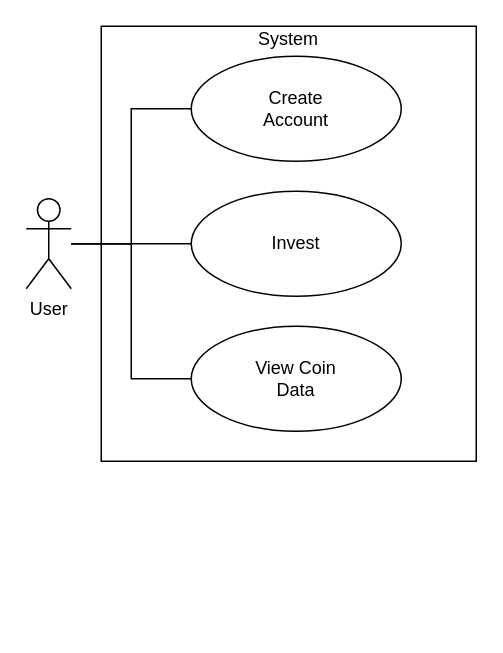
This is docs/UML/UML-UseCase.drawio from Lucas-Klein1/CryptoBroker, a draw.io file, before an edit. Source tidied: cells renumbered, new cells numbered last; positions are measured from the earlier drawing's top-left corner, leaving out a move shared by most shapes. Both pictures are drawn from the tidied source at 150%, with x=0, y=0 at pixel (26, 26).
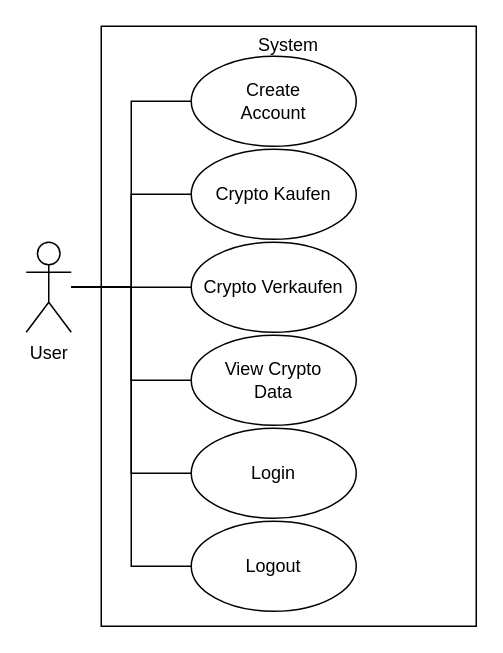
After the change.

Commit message (it also covers changes not shown here):
SRS update, UML UseCase update

What changed in the source:
```diff
@@
 <mxGraphModel>
   <root>
     <mxCell id="0" />
     <mxCell id="1" parent="0" />
-    <mxCell id="2" value="&lt;div style=&quot;&quot;&gt;&lt;span style=&quot;background-color: transparent; color: light-dark(rgb(0, 0, 0), rgb(255, 255, 255));&quot;&gt;System&lt;/span&gt;&lt;/div&gt;&lt;div style=&quot;&quot;&gt;&lt;br&gt;&lt;/div&gt;&lt;br&gt;&lt;br&gt;&lt;br&gt;&lt;br&gt;&lt;br&gt;&lt;br&gt;&lt;br&gt;&lt;br&gt;&lt;br&gt;&lt;br&gt;&lt;br&gt;&lt;br&gt;&lt;br&gt;&lt;br&gt;&lt;br&gt;&lt;br&gt;&lt;br&gt;&lt;div style=&quot;&quot;&gt;&lt;br&gt;&lt;/div&gt;" style="rounded=0;whiteSpace=wrap;html=1;align=center;" parent="1" vertex="1">
-      <mxGeometry x="50" width="250" height="290" as="geometry" />
+    <mxCell id="2" value="&lt;div style=&quot;&quot;&gt;&lt;span style=&quot;background-color: transparent; color: light-dark(rgb(0, 0, 0), rgb(255, 255, 255));&quot;&gt;System&lt;/span&gt;&lt;/div&gt;&lt;div style=&quot;&quot;&gt;&lt;br&gt;&lt;br&gt;&lt;br&gt;&lt;br&gt;&lt;br&gt;&lt;br&gt;&lt;br&gt;&lt;br&gt;&lt;/div&gt;&lt;br&gt;&lt;br&gt;&lt;br&gt;&lt;br&gt;&lt;br&gt;&lt;br&gt;&lt;br&gt;&lt;br&gt;&lt;br&gt;&lt;br&gt;&lt;br&gt;&lt;br&gt;&lt;br&gt;&lt;br&gt;&lt;br&gt;&lt;br&gt;&lt;br&gt;&lt;div style=&quot;&quot;&gt;&lt;br&gt;&lt;/div&gt;" style="rounded=0;whiteSpace=wrap;html=1;align=center;" parent="1" vertex="1">
+      <mxGeometry x="50" width="250" height="400" as="geometry" />
     </mxCell>
     <mxCell id="3" style="edgeStyle=orthogonalEdgeStyle;rounded=0;jettySize=auto;html=1;entryX=0;entryY=0.5;entryDx=0;entryDy=0;shape=wire;dashed=1;endArrow=none;endFill=0;" parent="1" edge="1" source="6" target="9">
       <mxGeometry relative="1" as="geometry" />
     </mxCell>
     <mxCell id="4" style="edgeStyle=orthogonalEdgeStyle;rounded=0;jettySize=auto;html=1;entryX=0;entryY=0.5;entryDx=0;entryDy=0;endArrow=none;endFill=0;" parent="1" edge="1" source="6" target="7">
       <mxGeometry relative="1" as="geometry" />
     </mxCell>
     <mxCell id="5" style="edgeStyle=orthogonalEdgeStyle;rounded=0;jettySize=auto;html=1;entryX=0;entryY=0.5;entryDx=0;entryDy=0;endArrow=none;endFill=0;" parent="1" edge="1" source="6" target="8">
       <mxGeometry relative="1" as="geometry" />
     </mxCell>
+    <mxCell id="10" style="edgeStyle=orthogonalEdgeStyle;rounded=0;jettySize=auto;html=1;entryX=0;entryY=0.5;entryDx=0;entryDy=0;endArrow=none;endFill=0;" parent="1" edge="1" source="6" target="13">
+      <mxGeometry relative="1" as="geometry" />
+    </mxCell>
+    <mxCell id="11" style="edgeStyle=orthogonalEdgeStyle;rounded=0;jettySize=auto;html=1;entryX=0;entryY=0.5;entryDx=0;entryDy=0;endArrow=none;endFill=0;" parent="1" edge="1" source="6" target="14">
+      <mxGeometry relative="1" as="geometry" />
+    </mxCell>
+    <mxCell id="12" style="edgeStyle=orthogonalEdgeStyle;rounded=0;jettySize=auto;html=1;entryX=0;entryY=0.5;entryDx=0;entryDy=0;endArrow=none;endFill=0;" parent="1" edge="1" source="6" target="15">
+      <mxGeometry relative="1" as="geometry" />
+    </mxCell>
     <mxCell id="6" value="User" style="shape=umlActor;verticalLabelPosition=bottom;verticalAlign=top;html=1;" parent="1" vertex="1">
-      <mxGeometry y="115" width="30" height="60" as="geometry" />
+      <mxGeometry y="144" width="30" height="60" as="geometry" />
     </mxCell>
-    <mxCell id="7" value="Invest" style="ellipse;whiteSpace=wrap;html=1;" parent="1" vertex="1">
-      <mxGeometry x="110" y="110" width="140" height="70" as="geometry" />
+    <mxCell id="7" value="Crypto Kaufen" style="ellipse;whiteSpace=wrap;html=1;" parent="1" vertex="1">
+      <mxGeometry x="110" y="82" width="110" height="60" as="geometry" />
     </mxCell>
-    <mxCell id="8" value="View Coin&lt;div&gt;Data&lt;/div&gt;" style="ellipse;whiteSpace=wrap;html=1;" parent="1" vertex="1">
-      <mxGeometry x="110" y="200" width="140" height="70" as="geometry" />
+    <mxCell id="8" value="Crypto Verkaufen" style="ellipse;whiteSpace=wrap;html=1;" parent="1" vertex="1">
+      <mxGeometry x="110" y="144" width="110" height="60" as="geometry" />
     </mxCell>
     <mxCell id="9" value="Create&lt;br&gt;Account" style="ellipse;whiteSpace=wrap;html=1;" parent="1" vertex="1">
-      <mxGeometry x="110" y="20" width="140" height="70" as="geometry" />
+      <mxGeometry x="110" y="20" width="110" height="60" as="geometry" />
     </mxCell>
+    <mxCell id="13" value="View Crypto&lt;br&gt;Data" style="ellipse;whiteSpace=wrap;html=1;" parent="1" vertex="1">
+      <mxGeometry x="110" y="206" width="110" height="60" as="geometry" />
+    </mxCell>
+    <mxCell id="14" value="Login" style="ellipse;whiteSpace=wrap;html=1;" parent="1" vertex="1">
+      <mxGeometry x="110" y="268" width="110" height="60" as="geometry" />
+    </mxCell>
+    <mxCell id="15" value="Logout" style="ellipse;whiteSpace=wrap;html=1;" parent="1" vertex="1">
+      <mxGeometry x="110" y="330" width="110" height="60" as="geometry" />
+    </mxCell>
   </root>
 </mxGraphModel>
```
